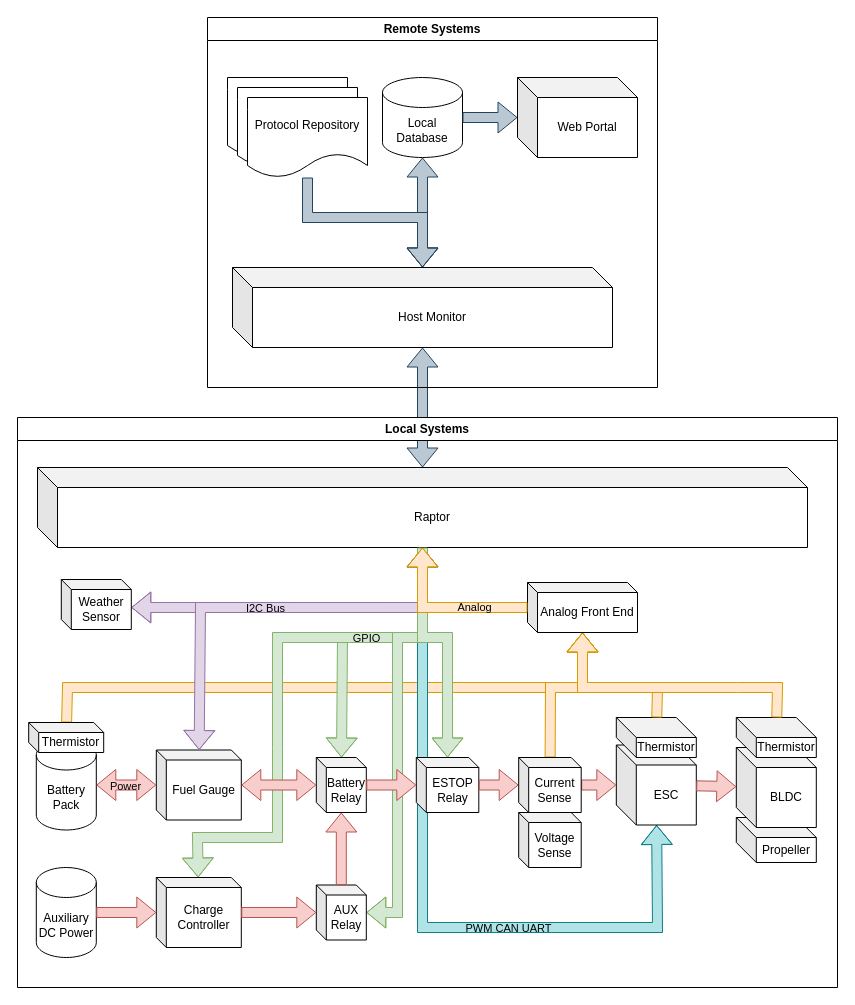
This is page "ページ2" (2 of 2) of raptor/v1/Topology.drawio from dronectl/ddd, a draw.io file, before an edit. Source tidied: cells renumbered, new cells numbered last; positions are measured from the earlier drawing's top-left corner, leaving out a move shared by most shapes. Both pictures are drawn from the tidied source at 100%, with x=0, y=0 at pixel (17, 17).
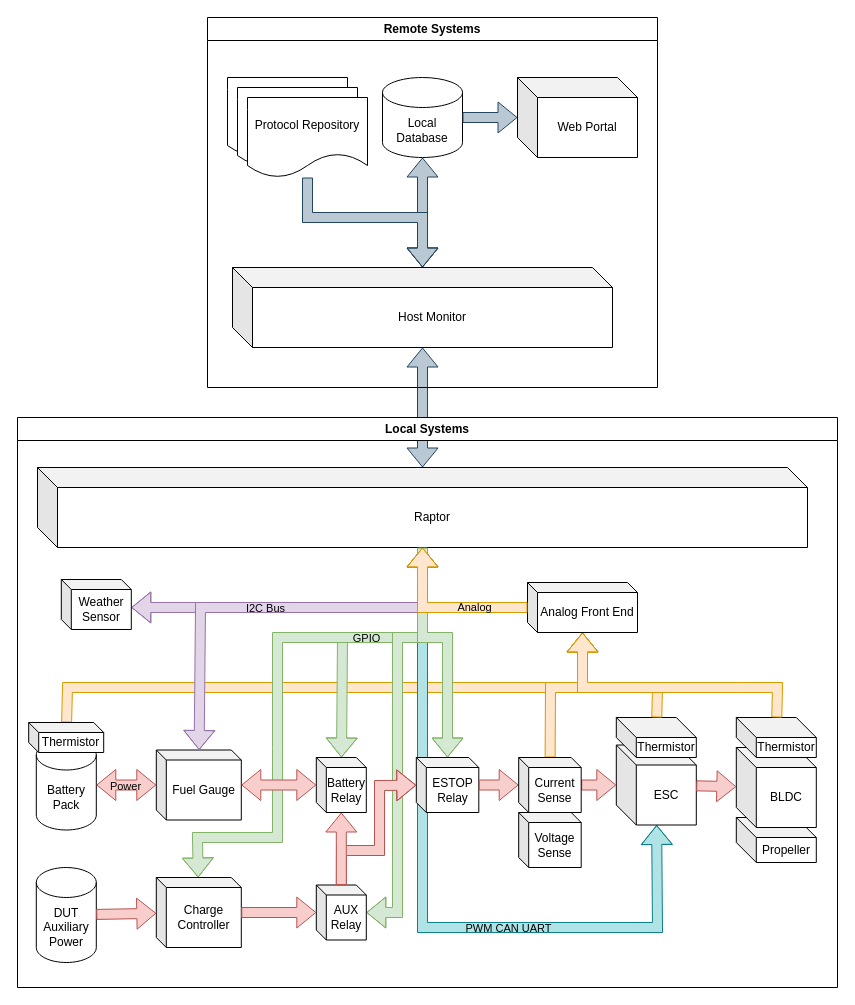
The same page after the edit.

Unchanged cells that the change refers to:
```xml
<mxCell id="3" value="Local Systems" style="swimlane;whiteSpace=wrap;html=1;fillColor=default;" parent="1" vertex="1">
  <mxGeometry y="400" width="820" height="570" as="geometry" />
</mxCell>
<mxCell id="15" value="Battery Relay" style="shape=cube;whiteSpace=wrap;html=1;boundedLbl=1;backgroundOutline=1;darkOpacity=0.05;darkOpacity2=0.1;size=10;" parent="3" vertex="1">
  <mxGeometry x="298.8" y="340" width="50" height="55" as="geometry" />
</mxCell>
<mxCell id="20" value="ESTOP&lt;br&gt;Relay" style="shape=cube;whiteSpace=wrap;html=1;boundedLbl=1;backgroundOutline=1;darkOpacity=0.05;darkOpacity2=0.1;size=10;" parent="3" vertex="1">
  <mxGeometry x="398.8" y="340" width="62.5" height="55" as="geometry" />
</mxCell>
<mxCell id="21" value="AUX&lt;br&gt;Relay" style="shape=cube;whiteSpace=wrap;html=1;boundedLbl=1;backgroundOutline=1;darkOpacity=0.05;darkOpacity2=0.1;size=10;" parent="3" vertex="1">
  <mxGeometry x="298.8" y="467.5" width="50" height="55" as="geometry" />
</mxCell>
```

The edit, as a diff of the source:
```diff
@@
-    <mxCell id="17" value="Auxiliary DC Power" style="shape=cylinder3;whiteSpace=wrap;html=1;boundedLbl=1;backgroundOutline=1;size=15;" parent="3" vertex="1">
-      <mxGeometry x="18.8" y="450" width="60" height="90" as="geometry" />
+    <mxCell id="17" value="DUT Auxiliary Power" style="shape=cylinder3;whiteSpace=wrap;html=1;boundedLbl=1;backgroundOutline=1;size=15;" parent="3" vertex="1">
+      <mxGeometry x="18.8" y="450" width="60" height="95" as="geometry" />
     </mxCell>
@@
-    <mxCell id="24" style="shape=flexArrow;endArrow=classic;html=1;rounded=0;fillColor=#f8cecc;strokeColor=#b85450;" parent="3" edge="1" source="15" target="20">
-      <mxGeometry relative="1" as="geometry" />
+    <mxCell id="24" style="shape=flexArrow;endArrow=classic;html=1;rounded=0;fillColor=#f8cecc;strokeColor=#b85450;" parent="3" edge="1" source="21" target="20">
+      <mxGeometry relative="1" as="geometry">
+        <Array as="points">
+          <mxPoint x="324" y="433" />
+          <mxPoint x="362" y="433" />
+          <mxPoint x="362" y="368" />
+        </Array>
+      </mxGeometry>
     </mxCell>
```
